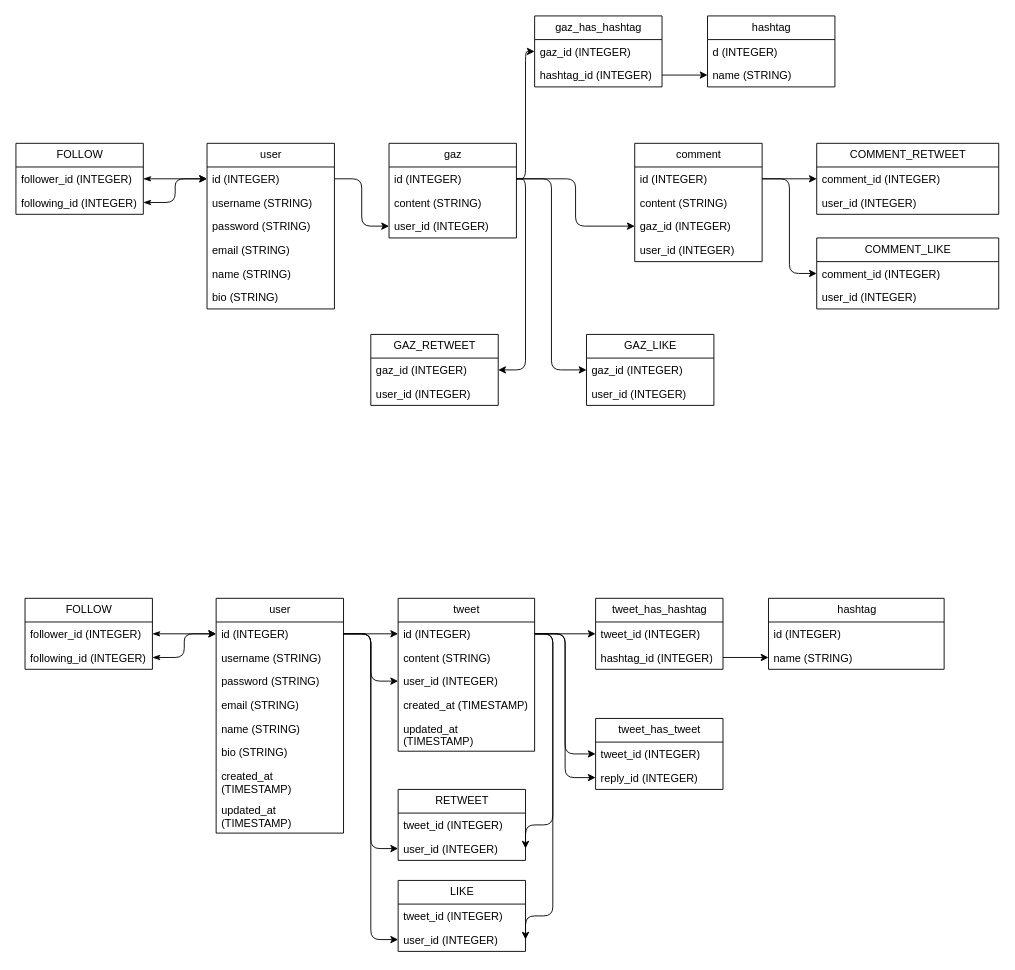
Above: docs/mcd.drawio in chloebatillet/clone-twitter (draw.io), before the change. Source tidied: cells renumbered, new cells numbered last; positions are measured from the earlier drawing's top-left corner, leaving out a move shared by most shapes. Both pictures are drawn from the tidied source at 91%, with x=0, y=0 at pixel (15, 15).
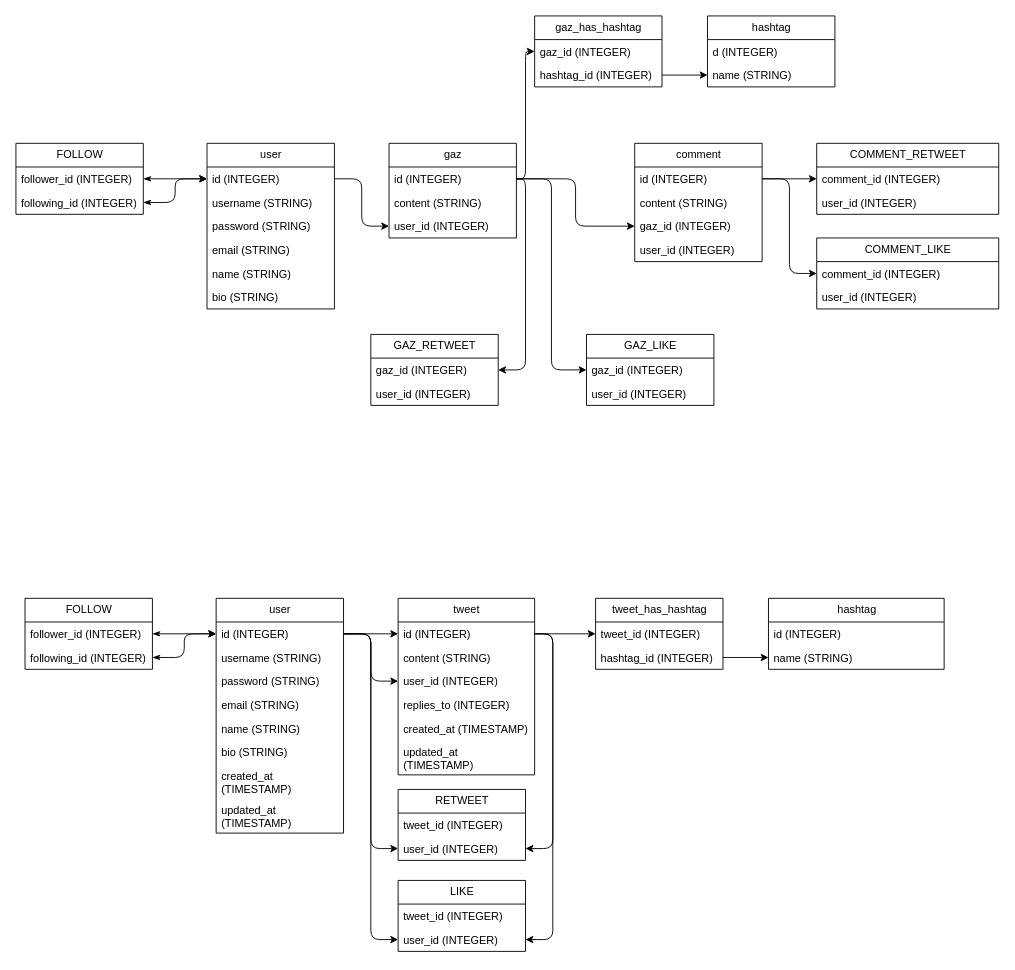
After the change.

Unchanged cells that the change refers to:
```xml
<mxCell id="62" value="id (INTEGER)" style="text;strokeColor=none;fillColor=none;align=left;verticalAlign=top;spacingLeft=4;spacingRight=4;overflow=hidden;points=[[0,0.5],[1,0.5]];portConstraint=eastwest;whiteSpace=wrap;html=1;" parent="61" vertex="1">
  <mxGeometry y="26" width="150" height="26" as="geometry" />
</mxCell>
```

The edit, as a diff of the source:
```diff
@@
     <mxCell id="61" value="tweet" style="swimlane;fontStyle=0;horizontal=1;startSize=26;fillColor=none;html=1;" parent="1" vertex="1">
-      <mxGeometry x="420" y="640" width="150" height="168" as="geometry" />
+      <mxGeometry x="420" y="640" width="150" height="194" as="geometry" />
     </mxCell>
@@
+    <mxCell id="91" value="replies_to (INTEGER)" style="text;strokeColor=none;fillColor=none;align=left;verticalAlign=top;spacingLeft=4;spacingRight=4;overflow=hidden;points=[[0,0.5],[1,0.5]];portConstraint=eastwest;whiteSpace=wrap;html=1;" parent="61" vertex="1">
+      <mxGeometry y="104" width="150" height="26" as="geometry" />
+    </mxCell>
     <mxCell id="65" value="created_at (TIMESTAMP)" style="text;strokeColor=none;fillColor=none;align=left;verticalAlign=top;spacingLeft=4;spacingRight=4;overflow=hidden;whiteSpace=wrap;html=1;" parent="61" vertex="1">
-      <mxGeometry y="104" width="150" height="26" as="geometry" />
+      <mxGeometry y="130" width="150" height="26" as="geometry" />
     </mxCell>
     <mxCell id="66" value="updated_at (TIMESTAMP)" style="text;strokeColor=none;fillColor=none;align=left;verticalAlign=top;spacingLeft=4;spacingRight=4;overflow=hidden;whiteSpace=wrap;html=1;" parent="61" vertex="1">
-      <mxGeometry y="130" width="150" height="38" as="geometry" />
+      <mxGeometry y="156" width="150" height="38" as="geometry" />
     </mxCell>
@@
     <mxCell id="84" style="edgeStyle=orthogonalEdgeStyle;html=1;entryX=1;entryY=0.5;entryDx=0;entryDy=0;exitX=1;exitY=0.5;exitDx=0;exitDy=0;" parent="1" edge="1" source="62">
       <mxGeometry relative="1" as="geometry">
         <mxPoint x="560" y="915" as="targetPoint" />
         <Array as="points">
           <mxPoint x="590" y="679" />
-          <mxPoint x="590" y="889" />
+          <mxPoint x="590" y="915" />
         </Array>
       </mxGeometry>
     </mxCell>
     <mxCell id="85" style="edgeStyle=orthogonalEdgeStyle;html=1;exitX=1;exitY=0.5;exitDx=0;exitDy=0;entryX=1;entryY=0.5;entryDx=0;entryDy=0;" parent="1" edge="1" source="62">
       <mxGeometry relative="1" as="geometry">
         <mxPoint x="560" y="1015" as="targetPoint" />
         <Array as="points">
           <mxPoint x="590" y="679" />
-          <mxPoint x="590" y="989" />
+          <mxPoint x="590" y="1015" />
         </Array>
       </mxGeometry>
     </mxCell>
@@
-    <mxCell id="89" value="tweet_has_tweet" style="swimlane;fontStyle=0;horizontal=1;startSize=26;fillColor=none;html=1;" parent="1" vertex="1">
-      <mxGeometry x="637" y="772" width="140" height="78" as="geometry" />
-    </mxCell>
-    <mxCell id="90" value="tweet_id (INTEGER)" style="text;strokeColor=none;fillColor=none;align=left;verticalAlign=top;spacingLeft=4;spacingRight=4;overflow=hidden;points=[[0,0.5],[1,0.5]];portConstraint=eastwest;whiteSpace=wrap;html=1;" parent="89" vertex="1">
-      <mxGeometry y="26" width="140" height="26" as="geometry" />
-    </mxCell>
-    <mxCell id="91" value="reply_id (INTEGER)" style="text;strokeColor=none;fillColor=none;align=left;verticalAlign=top;spacingLeft=4;spacingRight=4;overflow=hidden;points=[[0,0.5],[1,0.5]];portConstraint=eastwest;whiteSpace=wrap;html=1;" parent="89" vertex="1">
-      <mxGeometry y="52" width="140" height="26" as="geometry" />
-    </mxCell>
-    <mxCell id="92" style="edgeStyle=orthogonalEdgeStyle;html=1;exitX=1;exitY=0.5;exitDx=0;exitDy=0;" parent="1" edge="1" source="62" target="90">
-      <mxGeometry relative="1" as="geometry" />
-    </mxCell>
-    <mxCell id="93" style="edgeStyle=orthogonalEdgeStyle;html=1;exitX=1;exitY=0.5;exitDx=0;exitDy=0;entryX=0;entryY=0.5;entryDx=0;entryDy=0;" parent="1" edge="1" source="62" target="91">
-      <mxGeometry relative="1" as="geometry" />
-    </mxCell>
```
